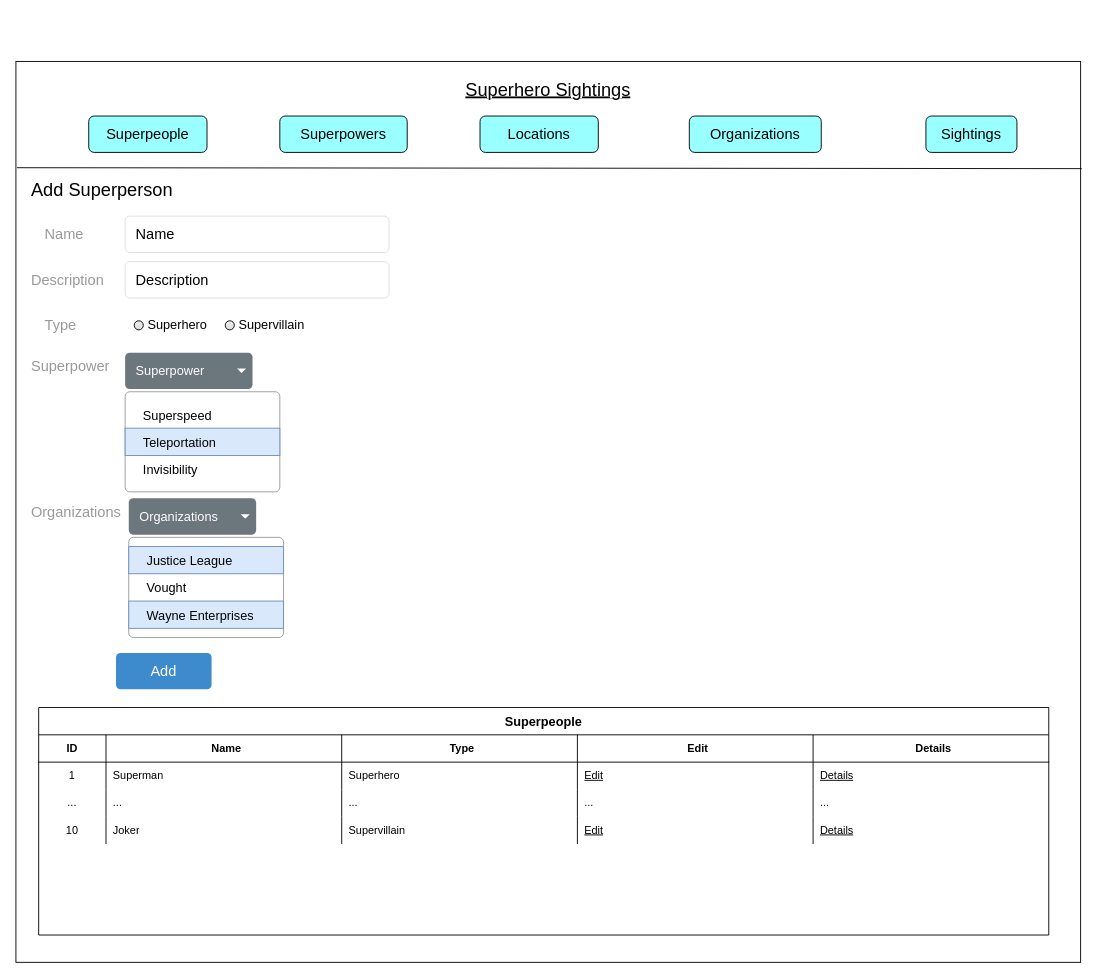
The-Software-Guild/superhero-sightings-assessment-austinwongdev keeps this draw.io diagram as page "Superpeople add/list" (2 of 21) of superpersonsightings-wireframes.drawio. Above is the earlier version. Source tidied: cells renumbered, new cells numbered last; positions are measured from the earlier drawing's top-left corner, leaving out a move shared by most shapes. Both pictures are drawn from the tidied source at 91%, with x=0, y=0 at pixel (15, 61).
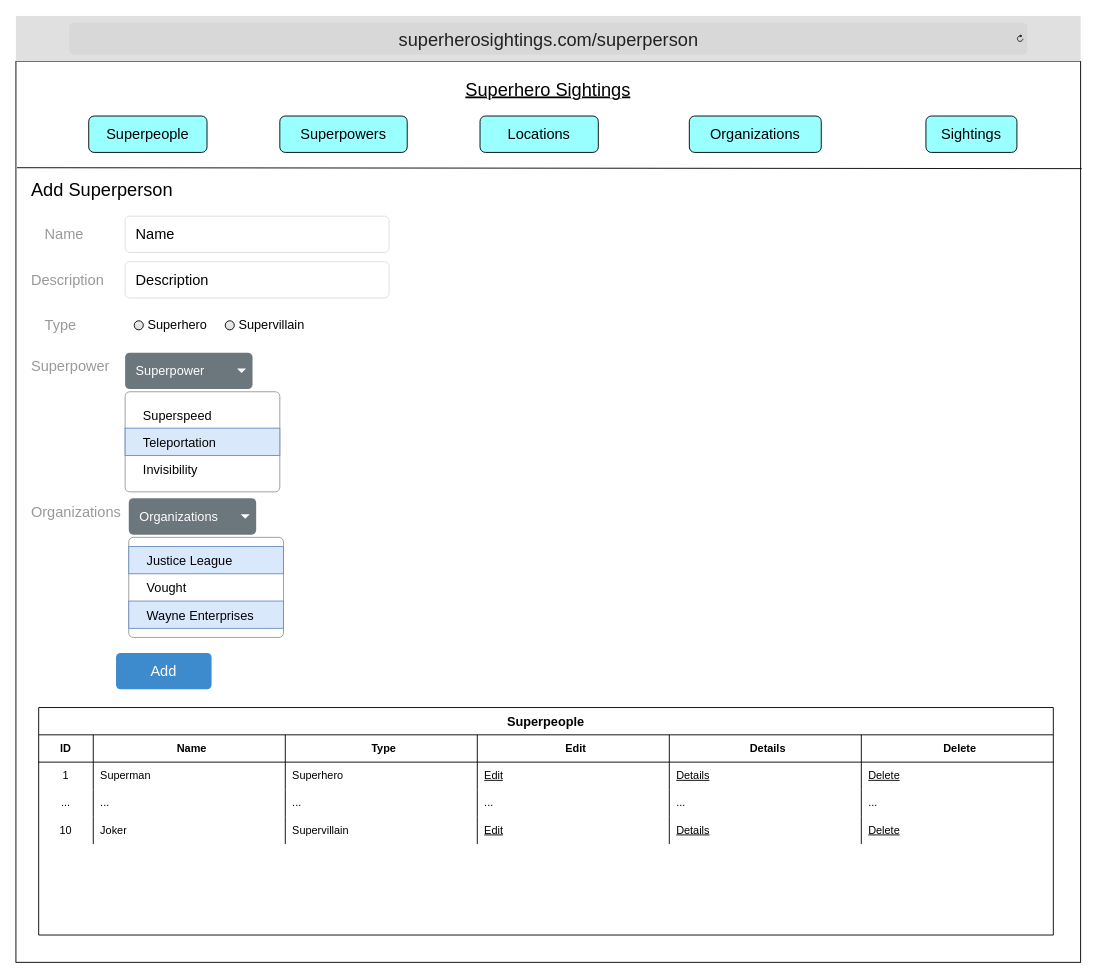
Above is the later version.

Change to the diagram source:
```diff
@@
     <mxCell id="12" value="Superpeople" style="shape=table;startSize=30;childLayout=tableLayout;rowLines=0;fontStyle=1;align=center;fontColor=#000000;strokeColor=#000000;fillColor=#ffffff;fontSize=14;" parent="1" vertex="1">
-      <mxGeometry x="25" y="710" width="1110" height="250" as="geometry" />
+      <mxGeometry x="25" y="710" width="1115" height="250" as="geometry" />
     </mxCell>
     <mxCell id="13" style="shape=partialRectangle;html=1;whiteSpace=wrap;fillColor=none;top=0;left=0;bottom=1;right=0;" parent="12" vertex="1">
-      <mxGeometry y="30" width="1110" height="30" as="geometry" />
+      <mxGeometry y="30" width="1115" height="30" as="geometry" />
     </mxCell>
     <mxCell id="14" value="ID" style="shape=partialRectangle;html=1;whiteSpace=wrap;fillColor=none;top=0;left=0;bottom=0;right=0;overflow=hidden;align=center;fontStyle=1;" parent="13" vertex="1">
-      <mxGeometry width="74" height="30" as="geometry" />
+      <mxGeometry width="60" height="30" as="geometry" />
     </mxCell>
     <mxCell id="15" value="Name" style="shape=partialRectangle;html=1;whiteSpace=wrap;fillColor=none;top=0;left=0;bottom=0;right=0;align=center;spacingLeft=6;overflow=hidden;fontStyle=1;" parent="13" vertex="1">
-      <mxGeometry x="74" width="259" height="30" as="geometry" />
+      <mxGeometry x="60" width="211" height="30" as="geometry" />
     </mxCell>
     <mxCell id="16" value="Type" style="shape=partialRectangle;html=1;whiteSpace=wrap;fillColor=none;top=0;left=0;bottom=0;right=0;align=center;spacingLeft=6;overflow=hidden;fontStyle=1;" parent="13" vertex="1">
-      <mxGeometry x="333" width="259" height="30" as="geometry" />
+      <mxGeometry x="271" width="211" height="30" as="geometry" />
     </mxCell>
     <mxCell id="17" value="Edit" style="shape=partialRectangle;html=1;whiteSpace=wrap;fillColor=none;top=0;left=0;bottom=0;right=0;align=center;spacingLeft=6;overflow=hidden;fontStyle=1;" parent="13" vertex="1">
-      <mxGeometry x="592" width="259" height="30" as="geometry" />
+      <mxGeometry x="482" width="211" height="30" as="geometry" />
     </mxCell>
     <mxCell id="18" value="&lt;span&gt;Details&lt;/span&gt;" style="shape=partialRectangle;html=1;whiteSpace=wrap;fillColor=none;top=0;left=0;bottom=0;right=0;align=center;spacingLeft=6;overflow=hidden;fontStyle=1;" parent="13" vertex="1">
-      <mxGeometry x="851" width="259" height="30" as="geometry" />
+      <mxGeometry x="693" width="211" height="30" as="geometry" />
     </mxCell>
+    <mxCell id="59" value="Delete" style="shape=partialRectangle;html=1;whiteSpace=wrap;fillColor=none;top=0;left=0;bottom=0;right=0;align=center;spacingLeft=6;overflow=hidden;fontStyle=1;" parent="13" vertex="1">
+      <mxGeometry x="904" width="211" height="30" as="geometry" />
+    </mxCell>
     <mxCell id="19" style="shape=partialRectangle;html=1;whiteSpace=wrap;fillColor=none;top=0;left=0;bottom=0;right=0;" parent="12" vertex="1">
-      <mxGeometry y="60" width="1110" height="30" as="geometry" />
+      <mxGeometry y="60" width="1115" height="30" as="geometry" />
     </mxCell>
     <mxCell id="20" value="1" style="shape=partialRectangle;html=1;whiteSpace=wrap;fillColor=none;top=0;left=0;bottom=0;right=0;overflow=hidden;" parent="19" vertex="1">
-      <mxGeometry width="74" height="30" as="geometry" />
+      <mxGeometry width="60" height="30" as="geometry" />
     </mxCell>
     <mxCell id="21" value="Superman" style="shape=partialRectangle;html=1;whiteSpace=wrap;fillColor=none;top=0;left=0;bottom=0;right=0;align=left;spacingLeft=6;overflow=hidden;" parent="19" vertex="1">
-      <mxGeometry x="74" width="259" height="30" as="geometry" />
+      <mxGeometry x="60" width="211" height="30" as="geometry" />
     </mxCell>
     <mxCell id="22" value="Superhero" style="shape=partialRectangle;html=1;whiteSpace=wrap;fillColor=none;top=0;left=0;bottom=0;right=0;align=left;spacingLeft=6;overflow=hidden;" parent="19" vertex="1">
-      <mxGeometry x="333" width="259" height="30" as="geometry" />
+      <mxGeometry x="271" width="211" height="30" as="geometry" />
     </mxCell>
     <mxCell id="23" value="&lt;u&gt;Edit&lt;/u&gt;" style="shape=partialRectangle;html=1;whiteSpace=wrap;fillColor=none;top=0;left=0;bottom=0;right=0;align=left;spacingLeft=6;overflow=hidden;" parent="19" vertex="1">
-      <mxGeometry x="592" width="259" height="30" as="geometry" />
+      <mxGeometry x="482" width="211" height="30" as="geometry" />
     </mxCell>
     <mxCell id="24" value="&lt;u&gt;Details&lt;/u&gt;" style="shape=partialRectangle;html=1;whiteSpace=wrap;fillColor=none;top=0;left=0;bottom=0;right=0;align=left;spacingLeft=6;overflow=hidden;" parent="19" vertex="1">
-      <mxGeometry x="851" width="259" height="30" as="geometry" />
+      <mxGeometry x="693" width="211" height="30" as="geometry" />
     </mxCell>
+    <mxCell id="60" value="&lt;u&gt;Delete&lt;/u&gt;" style="shape=partialRectangle;html=1;whiteSpace=wrap;fillColor=none;top=0;left=0;bottom=0;right=0;align=left;spacingLeft=6;overflow=hidden;" parent="19" vertex="1">
+      <mxGeometry x="904" width="211" height="30" as="geometry" />
+    </mxCell>
     <mxCell id="25" style="shape=partialRectangle;html=1;whiteSpace=wrap;fillColor=none;top=0;left=0;bottom=0;right=0;" parent="12" vertex="1">
-      <mxGeometry y="90" width="1110" height="30" as="geometry" />
+      <mxGeometry y="90" width="1115" height="30" as="geometry" />
     </mxCell>
     <mxCell id="26" value="..." style="shape=partialRectangle;html=1;whiteSpace=wrap;fillColor=none;top=0;left=0;bottom=0;right=0;overflow=hidden;" parent="25" vertex="1">
-      <mxGeometry width="74" height="30" as="geometry" />
+      <mxGeometry width="60" height="30" as="geometry" />
     </mxCell>
     <mxCell id="27" value="..." style="shape=partialRectangle;html=1;whiteSpace=wrap;fillColor=none;top=0;left=0;bottom=0;right=0;align=left;spacingLeft=6;overflow=hidden;" parent="25" vertex="1">
-      <mxGeometry x="74" width="259" height="30" as="geometry" />
+      <mxGeometry x="60" width="211" height="30" as="geometry" />
     </mxCell>
     <mxCell id="28" value="..." style="shape=partialRectangle;html=1;whiteSpace=wrap;fillColor=none;top=0;left=0;bottom=0;right=0;align=left;spacingLeft=6;overflow=hidden;" parent="25" vertex="1">
-      <mxGeometry x="333" width="259" height="30" as="geometry" />
+      <mxGeometry x="271" width="211" height="30" as="geometry" />
     </mxCell>
     <mxCell id="29" value="..." style="shape=partialRectangle;html=1;whiteSpace=wrap;fillColor=none;top=0;left=0;bottom=0;right=0;align=left;spacingLeft=6;overflow=hidden;" parent="25" vertex="1">
-      <mxGeometry x="592" width="259" height="30" as="geometry" />
+      <mxGeometry x="482" width="211" height="30" as="geometry" />
     </mxCell>
     <mxCell id="30" value="..." style="shape=partialRectangle;html=1;whiteSpace=wrap;fillColor=none;top=0;left=0;bottom=0;right=0;align=left;spacingLeft=6;overflow=hidden;" parent="25" vertex="1">
-      <mxGeometry x="851" width="259" height="30" as="geometry" />
+      <mxGeometry x="693" width="211" height="30" as="geometry" />
     </mxCell>
+    <mxCell id="61" value="..." style="shape=partialRectangle;html=1;whiteSpace=wrap;fillColor=none;top=0;left=0;bottom=0;right=0;align=left;spacingLeft=6;overflow=hidden;" parent="25" vertex="1">
+      <mxGeometry x="904" width="211" height="30" as="geometry" />
+    </mxCell>
     <mxCell id="31" style="shape=partialRectangle;html=1;whiteSpace=wrap;fillColor=none;top=0;left=0;bottom=0;right=0;" parent="12" vertex="1">
-      <mxGeometry y="120" width="1110" height="30" as="geometry" />
+      <mxGeometry y="120" width="1115" height="30" as="geometry" />
     </mxCell>
     <mxCell id="32" value="10" style="shape=partialRectangle;html=1;whiteSpace=wrap;fillColor=none;top=0;left=0;bottom=0;right=0;overflow=hidden;" parent="31" vertex="1">
-      <mxGeometry width="74" height="30" as="geometry" />
+      <mxGeometry width="60" height="30" as="geometry" />
     </mxCell>
     <mxCell id="33" value="Joker" style="shape=partialRectangle;html=1;whiteSpace=wrap;fillColor=none;top=0;left=0;bottom=0;right=0;align=left;spacingLeft=6;overflow=hidden;" parent="31" vertex="1">
-      <mxGeometry x="74" width="259" height="30" as="geometry" />
+      <mxGeometry x="60" width="211" height="30" as="geometry" />
     </mxCell>
     <mxCell id="34" value="Supervillain" style="shape=partialRectangle;html=1;whiteSpace=wrap;fillColor=none;top=0;left=0;bottom=0;right=0;align=left;spacingLeft=6;overflow=hidden;" parent="31" vertex="1">
-      <mxGeometry x="333" width="259" height="30" as="geometry" />
+      <mxGeometry x="271" width="211" height="30" as="geometry" />
     </mxCell>
     <mxCell id="35" value="&lt;u&gt;Edit&lt;/u&gt;" style="shape=partialRectangle;html=1;whiteSpace=wrap;fillColor=none;top=0;left=0;bottom=0;right=0;align=left;spacingLeft=6;overflow=hidden;" parent="31" vertex="1">
-      <mxGeometry x="592" width="259" height="30" as="geometry" />
+      <mxGeometry x="482" width="211" height="30" as="geometry" />
     </mxCell>
     <mxCell id="36" value="&lt;u&gt;Details&lt;/u&gt;" style="shape=partialRectangle;html=1;whiteSpace=wrap;fillColor=none;top=0;left=0;bottom=0;right=0;align=left;spacingLeft=6;overflow=hidden;" parent="31" vertex="1">
-      <mxGeometry x="851" width="259" height="30" as="geometry" />
+      <mxGeometry x="693" width="211" height="30" as="geometry" />
     </mxCell>
+    <mxCell id="62" value="&lt;u&gt;Delete&lt;/u&gt;" style="shape=partialRectangle;html=1;whiteSpace=wrap;fillColor=none;top=0;left=0;bottom=0;right=0;align=left;spacingLeft=6;overflow=hidden;" parent="31" vertex="1">
+      <mxGeometry x="904" width="211" height="30" as="geometry" />
+    </mxCell>
@@
+    <mxCell id="63" value="&lt;font style=&quot;font-size: 20px&quot;&gt;superherosightings.com/superperson&lt;/font&gt;" style="html=1;strokeWidth=1;shadow=0;dashed=0;shape=mxgraph.ios7ui.url;fillColor=#e0e0e0;strokeColor=#c0c0c0;buttonText=;strokeColor2=#222222;fontColor=#222222;fontSize=8;spacingTop=2;align=center;" parent="1" vertex="1">
+      <mxGeometry y="-50" width="1170" height="50" as="geometry" />
+    </mxCell>
```
